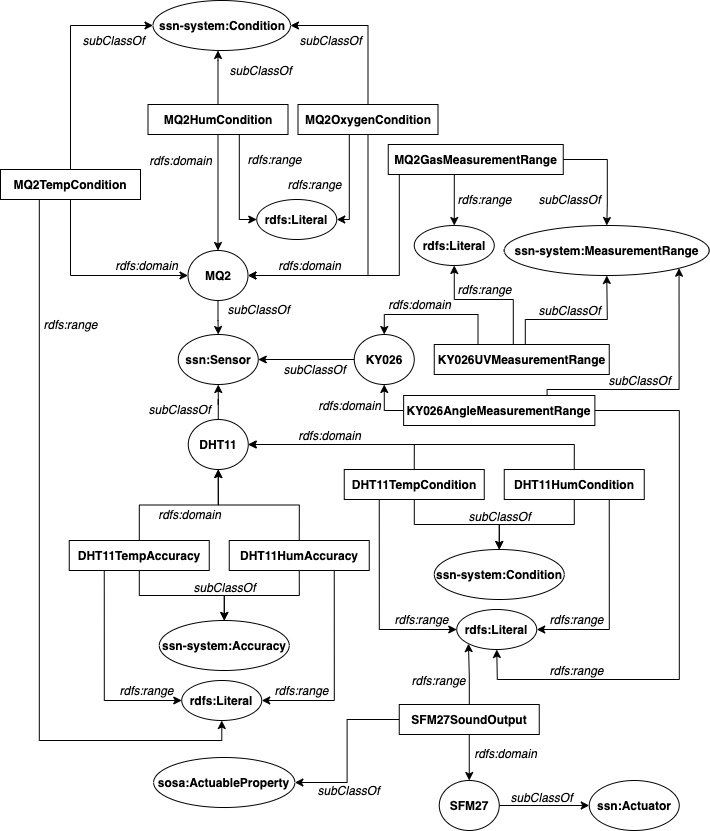
paganellif/ws-project-paganelli-2021 keeps this draw.io diagram as assignment_2/doc/sensor-actuator-rdfs.png. Above is the earlier version. Source tidied: cells renumbered, new cells last; positions are measured from the earlier drawing's top-left corner, leaving out a move shared by most shapes.
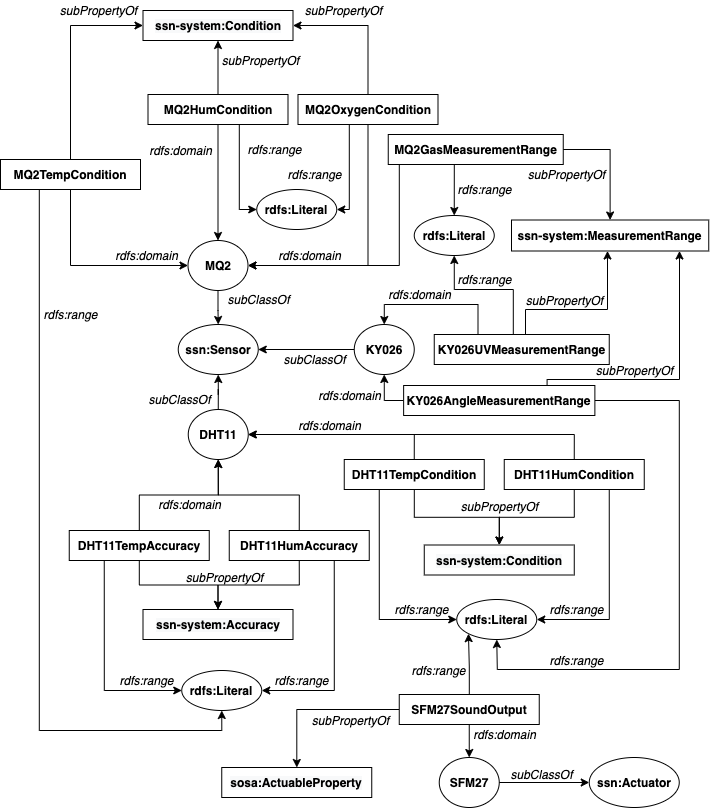
The same file after the commit.

What changed in the source:
```diff
@@ -12,7 +12,7 @@
       <mxGeometry relative="1" as="geometry" />
     </mxCell>
     <mxCell id="5" value="&lt;b&gt;SFM27&lt;/b&gt;" style="ellipse;whiteSpace=wrap;html=1;" parent="1" vertex="1">
-      <mxGeometry x="438.8" y="780" width="60" height="50" as="geometry" />
+      <mxGeometry x="438.8" y="767" width="60" height="50" as="geometry" />
     </mxCell>
     <mxCell id="6" value="&lt;b&gt;MQ2&lt;/b&gt;" style="ellipse;whiteSpace=wrap;html=1;" parent="1" vertex="1">
       <mxGeometry x="187.5" y="250" width="60" height="50" as="geometry" />
@@ -27,10 +27,10 @@
       <mxGeometry x="177.8" y="334" width="80" height="50" as="geometry" />
     </mxCell>
     <mxCell id="10" value="&lt;b&gt;ssn:Actuator&lt;/b&gt;" style="ellipse;whiteSpace=wrap;html=1;" parent="1" vertex="1">
-      <mxGeometry x="588.8" y="780" width="90" height="50" as="geometry" />
+      <mxGeometry x="588.8" y="767" width="90" height="50" as="geometry" />
     </mxCell>
     <mxCell id="11" value="&lt;i&gt;subClassOf&lt;/i&gt;" style="text;html=1;align=center;verticalAlign=middle;strokeColor=none;" parent="1" vertex="1">
-      <mxGeometry x="501" y="787" width="80" height="20" as="geometry" />
+      <mxGeometry x="501" y="774" width="80" height="20" as="geometry" />
     </mxCell>
     <mxCell id="12" value="&lt;i&gt;subClassOf&lt;/i&gt;" style="text;html=1;align=center;verticalAlign=middle;strokeColor=none;" parent="1" vertex="1">
       <mxGeometry x="217.5" y="299" width="80" height="20" as="geometry" />
@@ -70,11 +70,8 @@
     <mxCell id="21" value="&lt;b&gt;DHT11HumAccuracy&lt;/b&gt;" style="rounded=0;whiteSpace=wrap;html=1;" parent="1" vertex="1">
       <mxGeometry x="228.8" y="540" width="140" height="30" as="geometry" />
     </mxCell>
-    <mxCell id="22" value="ssn-system:Accuracy" style="ellipse;whiteSpace=wrap;html=1;fontStyle=1;" parent="1" vertex="1">
-      <mxGeometry x="158.8" y="620" width="130" height="50" as="geometry" />
-    </mxCell>
-    <mxCell id="23" value="&lt;i&gt;subClassOf&lt;/i&gt;" style="text;html=1;align=center;verticalAlign=middle;strokeColor=none;" parent="1" vertex="1">
-      <mxGeometry x="183.8" y="577" width="80" height="20" as="geometry" />
+    <mxCell id="23" value="&lt;i&gt;subPropertyOf&lt;/i&gt;" style="text;html=1;align=center;verticalAlign=middle;strokeColor=none;" parent="1" vertex="1">
+      <mxGeometry x="178.8" y="577" width="90" height="20" as="geometry" />
     </mxCell>
     <mxCell id="24" value="&lt;i&gt;rdfs:domain&lt;/i&gt;" style="text;html=1;align=center;verticalAlign=middle;strokeColor=none;" parent="1" vertex="1">
       <mxGeometry x="148.8" y="504" width="80" height="20" as="geometry" />
@@ -105,7 +102,7 @@
         </Array>
       </mxGeometry>
     </mxCell>
-    <mxCell id="31" style="edgeStyle=orthogonalEdgeStyle;rounded=0;jettySize=auto;html=1;" parent="1" edge="1" source="32" target="36">
+    <mxCell id="31" style="edgeStyle=orthogonalEdgeStyle;rounded=0;jettySize=auto;html=1;" parent="1" edge="1" source="32" target="98">
       <mxGeometry relative="1" as="geometry" />
     </mxCell>
     <mxCell id="32" value="&lt;b&gt;DHT11TempCondition&lt;/b&gt;" style="rounded=0;whiteSpace=wrap;html=1;" parent="1" vertex="1">
@@ -124,11 +121,8 @@
     <mxCell id="35" value="&lt;b&gt;DHT11HumCondition&lt;/b&gt;" style="rounded=0;whiteSpace=wrap;html=1;" parent="1" vertex="1">
       <mxGeometry x="503.8" y="469" width="140" height="30" as="geometry" />
     </mxCell>
-    <mxCell id="36" value="ssn-system:Condition" style="ellipse;whiteSpace=wrap;html=1;fontStyle=1;" parent="1" vertex="1">
-      <mxGeometry x="433.8" y="549" width="130" height="50" as="geometry" />
-    </mxCell>
-    <mxCell id="37" value="&lt;i&gt;subClassOf&lt;/i&gt;" style="text;html=1;align=center;verticalAlign=middle;strokeColor=none;" parent="1" vertex="1">
-      <mxGeometry x="458.8" y="506" width="80" height="20" as="geometry" />
+    <mxCell id="37" value="&lt;i&gt;subPropertyOf&lt;/i&gt;" style="text;html=1;align=center;verticalAlign=middle;strokeColor=none;" parent="1" vertex="1">
+      <mxGeometry x="453.8" y="506" width="90" height="20" as="geometry" />
     </mxCell>
     <mxCell id="38" value="&lt;i&gt;rdfs:domain&lt;/i&gt;" style="text;html=1;align=center;verticalAlign=middle;strokeColor=none;" parent="1" vertex="1">
       <mxGeometry x="288.8" y="425" width="80" height="20" as="geometry" />
@@ -136,7 +130,7 @@
     <mxCell id="39" value="rdfs:Literal" style="ellipse;whiteSpace=wrap;html=1;fontStyle=1;" parent="1" vertex="1">
       <mxGeometry x="456.2" y="609" width="80" height="40" as="geometry" />
     </mxCell>
-    <mxCell id="40" style="edgeStyle=orthogonalEdgeStyle;rounded=0;jettySize=auto;html=1;exitX=0.5;exitY=1;exitDx=0;exitDy=0;" parent="1" edge="1" source="35" target="36">
+    <mxCell id="40" style="edgeStyle=orthogonalEdgeStyle;rounded=0;jettySize=auto;html=1;exitX=0.5;exitY=1;exitDx=0;exitDy=0;" parent="1" edge="1" source="35" target="98">
       <mxGeometry relative="1" as="geometry" />
     </mxCell>
     <mxCell id="41" value="&lt;i&gt;rdfs:range&lt;/i&gt;" style="text;html=1;align=center;verticalAlign=middle;strokeColor=none;" parent="1" vertex="1">
@@ -160,10 +154,10 @@
         </Array>
       </mxGeometry>
     </mxCell>
-    <mxCell id="45" style="edgeStyle=orthogonalEdgeStyle;rounded=0;jettySize=auto;html=1;exitX=0.5;exitY=0;exitDx=0;exitDy=0;entryX=0;entryY=0.5;entryDx=0;entryDy=0;" parent="1" edge="1" source="47" target="51">
+    <mxCell id="45" style="edgeStyle=orthogonalEdgeStyle;rounded=0;jettySize=auto;html=1;exitX=0.5;exitY=0;exitDx=0;exitDy=0;" parent="1" edge="1" source="47" target="97">
       <mxGeometry relative="1" as="geometry">
         <Array as="points">
-          <mxPoint x="69.8" y="25" />
+          <mxPoint x="70" y="35" />
         </Array>
       </mxGeometry>
     </mxCell>
@@ -192,22 +186,14 @@
     <mxCell id="50" value="&lt;b&gt;MQ2HumCondition&lt;/b&gt;" style="rounded=0;whiteSpace=wrap;html=1;" parent="1" vertex="1">
       <mxGeometry x="147.5" y="104" width="140" height="30" as="geometry" />
     </mxCell>
-    <mxCell id="51" value="ssn-system:Condition" style="ellipse;whiteSpace=wrap;html=1;fontStyle=1;" parent="1" vertex="1">
-      <mxGeometry x="152.5" width="137.5" height="50" as="geometry" />
-    </mxCell>
-    <mxCell id="52" value="&lt;i&gt;subClassOf&lt;/i&gt;" style="text;html=1;align=center;verticalAlign=middle;strokeColor=none;" parent="1" vertex="1">
-      <mxGeometry x="220" y="60" width="80" height="20" as="geometry" />
+    <mxCell id="52" value="&lt;i&gt;subPropertyOf&lt;/i&gt;" style="text;html=1;align=center;verticalAlign=middle;strokeColor=none;" parent="1" vertex="1">
+      <mxGeometry x="215" y="60" width="90" height="20" as="geometry" />
     </mxCell>
     <mxCell id="53" value="&lt;i&gt;rdfs:domain&lt;/i&gt;" style="text;html=1;align=center;verticalAlign=middle;strokeColor=none;" parent="1" vertex="1">
       <mxGeometry x="106.2" y="255" width="80" height="20" as="geometry" />
     </mxCell>
-    <mxCell id="54" style="edgeStyle=orthogonalEdgeStyle;rounded=0;jettySize=auto;html=1;" parent="1" edge="1" source="50" target="51">
-      <mxGeometry relative="1" as="geometry">
-        <Array as="points">
-          <mxPoint x="218" y="60" />
-          <mxPoint x="218" y="60" />
-        </Array>
-      </mxGeometry>
+    <mxCell id="54" style="edgeStyle=orthogonalEdgeStyle;rounded=0;jettySize=auto;html=1;" parent="1" edge="1" source="50" target="97">
+      <mxGeometry relative="1" as="geometry" />
     </mxCell>
     <mxCell id="55" value="&lt;i&gt;rdfs:range&lt;/i&gt;" style="text;html=1;align=center;verticalAlign=middle;strokeColor=none;" parent="1" vertex="1">
       <mxGeometry x="278.8" y="174" width="70" height="20" as="geometry" />
@@ -215,21 +201,21 @@
     <mxCell id="56" value="&lt;i&gt;rdfs:range&lt;/i&gt;" style="text;html=1;align=center;verticalAlign=middle;strokeColor=none;" parent="1" vertex="1">
       <mxGeometry x="238.8" y="149" width="70" height="20" as="geometry" />
     </mxCell>
-    <mxCell id="57" style="edgeStyle=orthogonalEdgeStyle;rounded=0;jettySize=auto;html=1;entryX=1;entryY=0.5;entryDx=0;entryDy=0;exitX=0.5;exitY=0;exitDx=0;exitDy=0;" parent="1" edge="1" source="58" target="51">
+    <mxCell id="57" style="edgeStyle=orthogonalEdgeStyle;rounded=0;jettySize=auto;html=1;exitX=0.5;exitY=0;exitDx=0;exitDy=0;" parent="1" edge="1" source="58" target="97">
       <mxGeometry relative="1" as="geometry">
         <Array as="points">
-          <mxPoint x="368" y="25" />
+          <mxPoint x="368" y="35" />
         </Array>
       </mxGeometry>
     </mxCell>
     <mxCell id="58" value="&lt;b&gt;MQ2OxygenCondition&lt;/b&gt;" style="rounded=0;whiteSpace=wrap;html=1;" parent="1" vertex="1">
       <mxGeometry x="297.5" y="104" width="140" height="30" as="geometry" />
     </mxCell>
-    <mxCell id="59" value="&lt;i&gt;subClassOf&lt;/i&gt;" style="text;html=1;align=center;verticalAlign=middle;strokeColor=none;" parent="1" vertex="1">
-      <mxGeometry x="72.5" y="30" width="80" height="20" as="geometry" />
+    <mxCell id="59" value="&lt;i&gt;subPropertyOf&lt;/i&gt;" style="text;html=1;align=center;verticalAlign=middle;strokeColor=none;" parent="1" vertex="1">
+      <mxGeometry x="52.5" y="10" width="90" height="20" as="geometry" />
     </mxCell>
-    <mxCell id="60" value="&lt;i&gt;subClassOf&lt;/i&gt;" style="text;html=1;align=center;verticalAlign=middle;strokeColor=none;" parent="1" vertex="1">
-      <mxGeometry x="290" y="30" width="80" height="20" as="geometry" />
+    <mxCell id="60" value="&lt;i&gt;subPropertyOf&lt;/i&gt;" style="text;html=1;align=center;verticalAlign=middle;strokeColor=none;" parent="1" vertex="1">
+      <mxGeometry x="297.8" y="10" width="90" height="20" as="geometry" />
     </mxCell>
     <mxCell id="61" style="edgeStyle=orthogonalEdgeStyle;rounded=0;jettySize=auto;html=1;exitX=0.5;exitY=1;exitDx=0;exitDy=0;" parent="1" edge="1" source="58" target="6">
       <mxGeometry relative="1" as="geometry">
@@ -271,17 +257,13 @@
     <mxCell id="69" value="&lt;b&gt;MQ2GasMeasurementRange&lt;/b&gt;" style="rounded=0;whiteSpace=wrap;html=1;" parent="1" vertex="1">
       <mxGeometry x="387.8" y="144" width="175" height="30" as="geometry" />
     </mxCell>
-    <mxCell id="70" value="ssn-system:MeasurementRange" style="ellipse;whiteSpace=wrap;html=1;fontStyle=1;" parent="1" vertex="1">
-      <mxGeometry x="503.8" y="225" width="205" height="50" as="geometry" />
-    </mxCell>
-    <mxCell id="71" value="&lt;i&gt;subClassOf&lt;/i&gt;" style="text;html=1;align=center;verticalAlign=middle;strokeColor=none;" parent="1" vertex="1">
-      <mxGeometry x="528.8" y="189" width="80" height="20" as="geometry" />
+    <mxCell id="71" value="&lt;i&gt;subPropertyOf&lt;/i&gt;" style="text;html=1;align=center;verticalAlign=middle;strokeColor=none;" parent="1" vertex="1">
+      <mxGeometry x="521.2" y="174" width="90" height="20" as="geometry" />
     </mxCell>
     <mxCell id="72" style="edgeStyle=orthogonalEdgeStyle;rounded=0;jettySize=auto;html=1;entryX=0.5;entryY=0;entryDx=0;entryDy=0;" parent="1" edge="1" source="69" target="70">
       <mxGeometry relative="1" as="geometry">
         <Array as="points">
-          <mxPoint x="606.8" y="159" />
-          <mxPoint x="606.8" y="205" />
+          <mxPoint x="610" y="159" />
         </Array>
       </mxGeometry>
     </mxCell>
@@ -294,8 +276,8 @@
     <mxCell id="75" style="edgeStyle=orthogonalEdgeStyle;rounded=0;jettySize=auto;html=1;" parent="1" edge="1" source="77" target="70">
       <mxGeometry relative="1" as="geometry">
         <Array as="points">
-          <mxPoint x="524.8" y="319" />
-          <mxPoint x="606.8" y="319" />
+          <mxPoint x="525" y="319" />
+          <mxPoint x="607" y="319" />
         </Array>
       </mxGeometry>
     </mxCell>
@@ -313,11 +295,11 @@
     <mxCell id="78" style="edgeStyle=orthogonalEdgeStyle;rounded=0;jettySize=auto;html=1;entryX=0.5;entryY=1;entryDx=0;entryDy=0;exitX=0;exitY=0.5;exitDx=0;exitDy=0;" parent="1" edge="1" source="81" target="8">
       <mxGeometry relative="1" as="geometry" />
     </mxCell>
-    <mxCell id="79" style="edgeStyle=orthogonalEdgeStyle;rounded=0;jettySize=auto;html=1;entryX=1;entryY=1;entryDx=0;entryDy=0;exitX=0.75;exitY=0;exitDx=0;exitDy=0;" parent="1" edge="1" source="81" target="70">
+    <mxCell id="79" style="edgeStyle=orthogonalEdgeStyle;rounded=0;jettySize=auto;html=1;exitX=0.75;exitY=0;exitDx=0;exitDy=0;" parent="1" edge="1" source="81" target="70">
       <mxGeometry relative="1" as="geometry">
         <Array as="points">
-          <mxPoint x="546.8" y="389" />
-          <mxPoint x="678.8" y="389" />
+          <mxPoint x="547" y="389" />
+          <mxPoint x="679" y="389" />
         </Array>
       </mxGeometry>
     </mxCell>
@@ -345,8 +327,8 @@
     <mxCell id="83" value="&lt;i&gt;rdfs:range&lt;/i&gt;" style="text;html=1;align=center;verticalAlign=middle;strokeColor=none;" parent="1" vertex="1">
       <mxGeometry x="448.8" y="279" width="70" height="20" as="geometry" />
     </mxCell>
-    <mxCell id="84" value="&lt;i&gt;subClassOf&lt;/i&gt;" style="text;html=1;align=center;verticalAlign=middle;strokeColor=none;" parent="1" vertex="1">
-      <mxGeometry x="528.8" y="300" width="80" height="20" as="geometry" />
+    <mxCell id="84" value="&lt;i&gt;subPropertyOf&lt;/i&gt;" style="text;html=1;align=center;verticalAlign=middle;strokeColor=none;" parent="1" vertex="1">
+      <mxGeometry x="518.8" y="300" width="90" height="20" as="geometry" />
     </mxCell>
     <mxCell id="85" value="&lt;i&gt;rdfs:domain&lt;/i&gt;" style="text;html=1;align=center;verticalAlign=middle;strokeColor=none;" parent="1" vertex="1">
       <mxGeometry x="378.8" y="294" width="80" height="20" as="geometry" />
@@ -354,8 +336,8 @@
     <mxCell id="86" value="&lt;i&gt;rdfs:domain&lt;/i&gt;" style="text;html=1;align=center;verticalAlign=middle;strokeColor=none;" parent="1" vertex="1">
       <mxGeometry x="308.8" y="395" width="80" height="20" as="geometry" />
     </mxCell>
-    <mxCell id="87" value="&lt;i&gt;subClassOf&lt;/i&gt;" style="text;html=1;align=center;verticalAlign=middle;strokeColor=none;" parent="1" vertex="1">
-      <mxGeometry x="598.8" y="370" width="80" height="20" as="geometry" />
+    <mxCell id="87" value="&lt;i&gt;subPropertyOf&lt;/i&gt;" style="text;html=1;align=center;verticalAlign=middle;strokeColor=none;" parent="1" vertex="1">
+      <mxGeometry x="588.8" y="370" width="90" height="20" as="geometry" />
     </mxCell>
     <mxCell id="88" value="&lt;i&gt;rdfs:range&lt;/i&gt;" style="text;html=1;align=center;verticalAlign=middle;strokeColor=none;" parent="1" vertex="1">
       <mxGeometry x="541.2" y="660" width="70" height="20" as="geometry" />
@@ -366,23 +348,35 @@
     <mxCell id="90" style="edgeStyle=orthogonalEdgeStyle;rounded=0;jettySize=auto;html=1;entryX=0;entryY=1;entryDx=0;entryDy=0;" parent="1" edge="1" source="92" target="39">
       <mxGeometry relative="1" as="geometry" />
     </mxCell>
-    <mxCell id="91" style="edgeStyle=orthogonalEdgeStyle;rounded=0;jettySize=auto;html=1;entryX=1;entryY=0.5;entryDx=0;entryDy=0;" parent="1" edge="1" source="92" target="95">
+    <mxCell id="91" style="edgeStyle=orthogonalEdgeStyle;rounded=0;jettySize=auto;html=1;" parent="1" edge="1" source="92" target="95">
       <mxGeometry relative="1" as="geometry" />
     </mxCell>
     <mxCell id="92" value="&lt;b&gt;SFM27SoundOutput&lt;/b&gt;" style="rounded=0;whiteSpace=wrap;html=1;" parent="1" vertex="1">
       <mxGeometry x="398.8" y="704" width="140" height="30" as="geometry" />
     </mxCell>
     <mxCell id="93" value="&lt;i&gt;rdfs:domain&lt;/i&gt;" style="text;html=1;align=center;verticalAlign=middle;strokeColor=none;" parent="1" vertex="1">
-      <mxGeometry x="465" y="743" width="80" height="20" as="geometry" />
+      <mxGeometry x="463.8" y="734" width="80" height="20" as="geometry" />
     </mxCell>
     <mxCell id="94" value="&lt;i&gt;rdfs:range&lt;/i&gt;" style="text;html=1;align=center;verticalAlign=middle;strokeColor=none;" parent="1" vertex="1">
       <mxGeometry x="403.1" y="670" width="70" height="20" as="geometry" />
     </mxCell>
+    <mxCell id="96" value="&lt;i&gt;subPropertyOf&lt;/i&gt;" style="text;html=1;align=center;verticalAlign=middle;strokeColor=none;" parent="1" vertex="1">
+      <mxGeometry x="305" y="720" width="90" height="20" as="geometry" />
+    </mxCell>
+    <mxCell id="70" value="&lt;span style=&quot;font-weight: 700&quot;&gt;ssn-system:MeasurementRange&lt;/span&gt;" style="rounded=0;whiteSpace=wrap;html=1;" parent="1" vertex="1">
+      <mxGeometry x="511" y="229.5" width="197.2" height="31" as="geometry" />
+    </mxCell>
+    <mxCell id="97" value="&lt;meta charset=&quot;utf-8&quot;&gt;&lt;span style=&quot;color: rgb(0, 0, 0); font-family: helvetica; font-size: 12px; font-style: normal; font-weight: 700; letter-spacing: normal; text-align: center; text-indent: 0px; text-transform: none; word-spacing: 0px; background-color: rgb(248, 249, 250); display: inline; float: none;&quot;&gt;ssn-system:Condition&lt;/span&gt;" style="rounded=0;whiteSpace=wrap;html=1;" parent="1" vertex="1">
+      <mxGeometry x="142.5" y="20" width="150" height="30" as="geometry" />
+    </mxCell>
+    <mxCell id="98" value="&lt;meta charset=&quot;utf-8&quot;&gt;&lt;span style=&quot;color: rgb(0, 0, 0); font-family: helvetica; font-size: 12px; font-style: normal; font-weight: 700; letter-spacing: normal; text-align: center; text-indent: 0px; text-transform: none; word-spacing: 0px; background-color: rgb(248, 249, 250); display: inline; float: none;&quot;&gt;ssn-system:Condition&lt;/span&gt;" style="rounded=0;whiteSpace=wrap;html=1;" parent="1" vertex="1">
+      <mxGeometry x="423.8" y="554.5" width="150" height="30" as="geometry" />
+    </mxCell>
+    <mxCell id="22" value="&lt;span style=&quot;color: rgb(0 , 0 , 0) ; font-family: &amp;#34;helvetica&amp;#34; ; font-size: 12px ; font-style: normal ; font-weight: 700 ; letter-spacing: normal ; text-align: center ; text-indent: 0px ; text-transform: none ; word-spacing: 0px ; background-color: rgb(248 , 249 , 250) ; display: inline ; float: none&quot;&gt;ssn-system:Accuracy&lt;/span&gt;" style="rounded=0;whiteSpace=wrap;html=1;" parent="1" vertex="1">
+      <mxGeometry x="142.5" y="619" width="150" height="30" as="geometry" />
+    </mxCell>
-    <mxCell id="95" value="sosa:ActuableProperty" style="ellipse;whiteSpace=wrap;html=1;fontStyle=1;" parent="1" vertex="1">
-      <mxGeometry x="153.1" y="757" width="141.2" height="50" as="geometry" />
+    <mxCell id="95" value="&lt;meta charset=&quot;utf-8&quot;&gt;&lt;span style=&quot;color: rgb(0, 0, 0); font-family: helvetica; font-size: 12px; font-style: normal; font-weight: 700; letter-spacing: normal; text-align: center; text-indent: 0px; text-transform: none; word-spacing: 0px; background-color: rgb(248, 249, 250); display: inline; float: none;&quot;&gt;sosa:ActuableProperty&lt;/span&gt;" style="rounded=0;whiteSpace=wrap;html=1;" parent="1" vertex="1">
+      <mxGeometry x="221.2" y="777" width="150" height="30" as="geometry" />
     </mxCell>
-    <mxCell id="96" value="&lt;i&gt;subClassOf&lt;/i&gt;" style="text;html=1;align=center;verticalAlign=middle;strokeColor=none;" parent="1" vertex="1">
-      <mxGeometry x="307.8" y="780" width="80" height="20" as="geometry" />
-    </mxCell>
   </root>
 </mxGraphModel>
```
